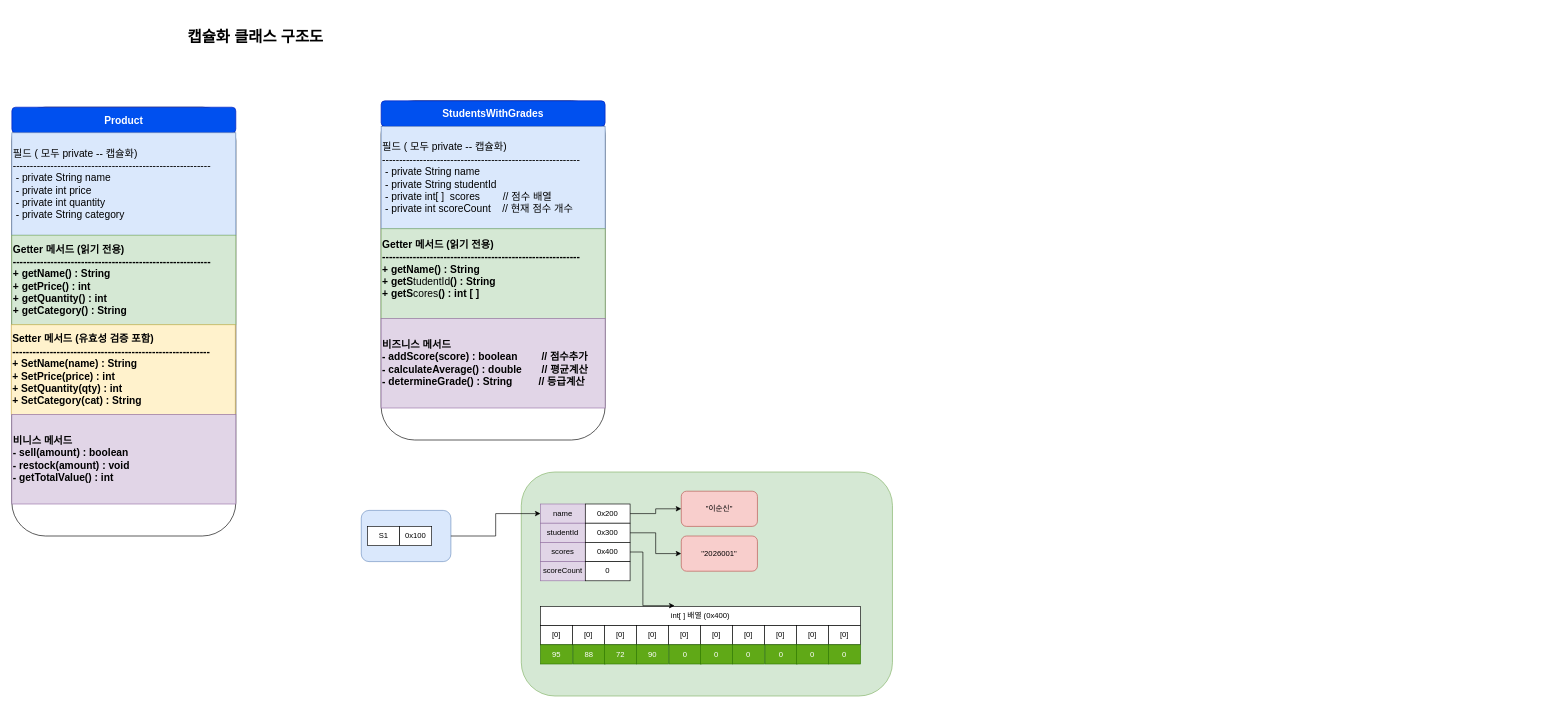
The draw.io diagram Phase2_Java/01_Java_기본문법/캡슐화 클래스.drawio in jfbootcamp/jf-job-prep-bootcamp, before the edit. Source tidied: cells renumbered, new cells numbered last; positions are measured from the earlier drawing's top-left corner, leaving out a move shared by most shapes. Both pictures are drawn from the tidied source at 64%, with x=0, y=0 at pixel (11, 11).
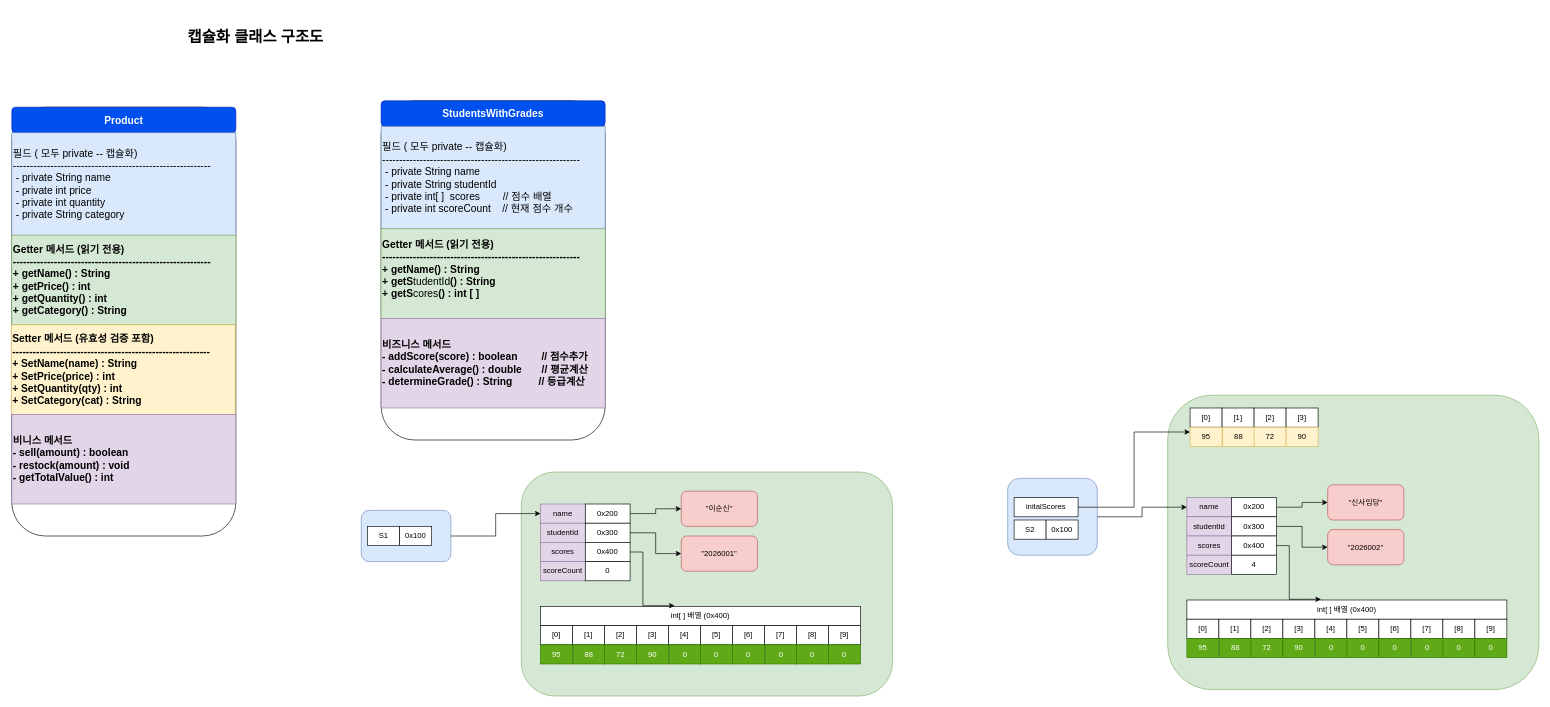
The same page after the edit.

Diff of the diagram source:
```diff
@@
-    <mxCell id="32" value="[0]" style="rounded=0;whiteSpace=wrap;html=1;" parent="1" vertex="1">
+    <mxCell id="32" value="[1]" style="rounded=0;whiteSpace=wrap;html=1;" parent="1" vertex="1">
       <mxGeometry x="877" y="960" width="50" height="30" as="geometry" />
     </mxCell>
-    <mxCell id="33" value="[0]" style="rounded=0;whiteSpace=wrap;html=1;" parent="1" vertex="1">
+    <mxCell id="33" value="[2]" style="rounded=0;whiteSpace=wrap;html=1;" parent="1" vertex="1">
       <mxGeometry x="927" y="960" width="50" height="30" as="geometry" />
     </mxCell>
-    <mxCell id="34" value="[0]" style="rounded=0;whiteSpace=wrap;html=1;" parent="1" vertex="1">
+    <mxCell id="34" value="[3]" style="rounded=0;whiteSpace=wrap;html=1;" parent="1" vertex="1">
       <mxGeometry x="977" y="960" width="50" height="30" as="geometry" />
     </mxCell>
-    <mxCell id="35" value="[0]" style="rounded=0;whiteSpace=wrap;html=1;" parent="1" vertex="1">
+    <mxCell id="35" value="[4]" style="rounded=0;whiteSpace=wrap;html=1;" parent="1" vertex="1">
       <mxGeometry x="1027" y="960" width="50" height="30" as="geometry" />
     </mxCell>
-    <mxCell id="36" value="[0]" style="rounded=0;whiteSpace=wrap;html=1;" parent="1" vertex="1">
+    <mxCell id="36" value="[5]" style="rounded=0;whiteSpace=wrap;html=1;" parent="1" vertex="1">
       <mxGeometry x="1077" y="960" width="50" height="30" as="geometry" />
     </mxCell>
-    <mxCell id="37" value="[0]" style="rounded=0;whiteSpace=wrap;html=1;" parent="1" vertex="1">
+    <mxCell id="37" value="[6]" style="rounded=0;whiteSpace=wrap;html=1;" parent="1" vertex="1">
       <mxGeometry x="1127" y="960" width="50" height="30" as="geometry" />
     </mxCell>
-    <mxCell id="38" value="[0]" style="rounded=0;whiteSpace=wrap;html=1;" parent="1" vertex="1">
+    <mxCell id="38" value="[7]" style="rounded=0;whiteSpace=wrap;html=1;" parent="1" vertex="1">
       <mxGeometry x="1177" y="960" width="50" height="30" as="geometry" />
     </mxCell>
-    <mxCell id="39" value="[0]" style="rounded=0;whiteSpace=wrap;html=1;" parent="1" vertex="1">
+    <mxCell id="39" value="[8]" style="rounded=0;whiteSpace=wrap;html=1;" parent="1" vertex="1">
       <mxGeometry x="1227" y="960" width="50" height="30" as="geometry" />
     </mxCell>
-    <mxCell id="40" value="[0]" style="rounded=0;whiteSpace=wrap;html=1;" parent="1" vertex="1">
+    <mxCell id="40" value="[9]" style="rounded=0;whiteSpace=wrap;html=1;" parent="1" vertex="1">
       <mxGeometry x="1277" y="960" width="50" height="30" as="geometry" />
     </mxCell>
@@
+    <mxCell id="53" style="rounded=1;whiteSpace=wrap;html=1;fillColor=#dae8fc;strokeColor=#6c8ebf;" parent="1" vertex="1">
+      <mxGeometry x="1557" y="730" width="140" height="120" as="geometry" />
+    </mxCell>
+    <mxCell id="54" value="S2" style="rounded=0;whiteSpace=wrap;html=1;" parent="1" vertex="1">
+      <mxGeometry x="1567" y="795" width="50" height="30" as="geometry" />
+    </mxCell>
+    <mxCell id="55" value="0x100" style="rounded=0;whiteSpace=wrap;html=1;" parent="1" vertex="1">
+      <mxGeometry x="1617" y="795" width="50" height="30" as="geometry" />
+    </mxCell>
+    <mxCell id="56" style="rounded=1;whiteSpace=wrap;html=1;fillColor=#d5e8d4;strokeColor=#82b366;" parent="1" vertex="1">
+      <mxGeometry x="1807" y="600" width="580" height="460" as="geometry" />
+    </mxCell>
+    <mxCell id="57" value="name" style="rounded=0;whiteSpace=wrap;html=1;fillColor=#e1d5e7;strokeColor=#9673a6;" parent="1" vertex="1">
+      <mxGeometry x="1837" y="760" width="70" height="30" as="geometry" />
+    </mxCell>
+    <mxCell id="58" style="edgeStyle=orthogonalEdgeStyle;rounded=0;jettySize=auto;html=1;" parent="1" edge="1" source="59" target="60">
+      <mxGeometry relative="1" as="geometry" />
+    </mxCell>
+    <mxCell id="59" value="0x200" style="rounded=0;whiteSpace=wrap;html=1;" parent="1" vertex="1">
+      <mxGeometry x="1907" y="760" width="70" height="30" as="geometry" />
+    </mxCell>
+    <mxCell id="60" value="&quot;신사임당&quot;" style="rounded=1;whiteSpace=wrap;html=1;fillColor=#f8cecc;strokeColor=#b85450;" parent="1" vertex="1">
+      <mxGeometry x="2057" y="740" width="119" height="55" as="geometry" />
+    </mxCell>
+    <mxCell id="61" style="edgeStyle=orthogonalEdgeStyle;rounded=0;jettySize=auto;html=1;" parent="1" edge="1" source="53" target="57">
+      <mxGeometry relative="1" as="geometry" />
+    </mxCell>
+    <mxCell id="62" value="studentId" style="rounded=0;whiteSpace=wrap;html=1;fillColor=#e1d5e7;strokeColor=#9673a6;" parent="1" vertex="1">
+      <mxGeometry x="1837" y="790" width="70" height="30" as="geometry" />
+    </mxCell>
+    <mxCell id="63" style="edgeStyle=orthogonalEdgeStyle;rounded=0;jettySize=auto;html=1;entryX=0;entryY=0.5;entryDx=0;entryDy=0;" parent="1" edge="1" source="64" target="65">
+      <mxGeometry relative="1" as="geometry" />
+    </mxCell>
+    <mxCell id="64" value="0x300" style="rounded=0;whiteSpace=wrap;html=1;" parent="1" vertex="1">
+      <mxGeometry x="1907" y="790" width="70" height="30" as="geometry" />
+    </mxCell>
+    <mxCell id="65" value="&quot;2026002&quot;" style="rounded=1;whiteSpace=wrap;html=1;fillColor=#f8cecc;strokeColor=#b85450;" parent="1" vertex="1">
+      <mxGeometry x="2057" y="810" width="119" height="55" as="geometry" />
+    </mxCell>
+    <mxCell id="66" value="scores" style="rounded=0;whiteSpace=wrap;html=1;fillColor=#e1d5e7;strokeColor=#9673a6;" parent="1" vertex="1">
+      <mxGeometry x="1837" y="820" width="70" height="30" as="geometry" />
+    </mxCell>
+    <mxCell id="67" value="0x400" style="rounded=0;whiteSpace=wrap;html=1;" parent="1" vertex="1">
+      <mxGeometry x="1907" y="820" width="70" height="30" as="geometry" />
+    </mxCell>
+    <mxCell id="68" value="int[ ] 배열 (0x400)" style="rounded=0;whiteSpace=wrap;html=1;" parent="1" vertex="1">
+      <mxGeometry x="1837" y="920" width="500" height="30" as="geometry" />
+    </mxCell>
+    <mxCell id="69" style="edgeStyle=orthogonalEdgeStyle;rounded=0;jettySize=auto;html=1;exitX=1;exitY=0.5;exitDx=0;exitDy=0;entryX=0.419;entryY=-0.038;entryDx=0;entryDy=0;entryPerimeter=0;" parent="1" edge="1" source="67" target="68">
+      <mxGeometry relative="1" as="geometry">
+        <Array as="points">
+          <mxPoint x="1997" y="835" />
+          <mxPoint x="1997" y="919" />
+        </Array>
+      </mxGeometry>
+    </mxCell>
+    <mxCell id="70" value="[0]" style="rounded=0;whiteSpace=wrap;html=1;" parent="1" vertex="1">
+      <mxGeometry x="1837" y="950" width="50" height="30" as="geometry" />
+    </mxCell>
+    <mxCell id="71" value="[1]" style="rounded=0;whiteSpace=wrap;html=1;" parent="1" vertex="1">
+      <mxGeometry x="1887" y="950" width="50" height="30" as="geometry" />
+    </mxCell>
+    <mxCell id="72" value="[2]" style="rounded=0;whiteSpace=wrap;html=1;" parent="1" vertex="1">
+      <mxGeometry x="1937" y="950" width="50" height="30" as="geometry" />
+    </mxCell>
+    <mxCell id="73" value="[3]" style="rounded=0;whiteSpace=wrap;html=1;" parent="1" vertex="1">
+      <mxGeometry x="1987" y="950" width="50" height="30" as="geometry" />
+    </mxCell>
+    <mxCell id="74" value="[4]" style="rounded=0;whiteSpace=wrap;html=1;" parent="1" vertex="1">
+      <mxGeometry x="2037" y="950" width="50" height="30" as="geometry" />
+    </mxCell>
+    <mxCell id="75" value="[5]" style="rounded=0;whiteSpace=wrap;html=1;" parent="1" vertex="1">
+      <mxGeometry x="2087" y="950" width="50" height="30" as="geometry" />
+    </mxCell>
+    <mxCell id="76" value="[6]" style="rounded=0;whiteSpace=wrap;html=1;" parent="1" vertex="1">
+      <mxGeometry x="2137" y="950" width="50" height="30" as="geometry" />
+    </mxCell>
+    <mxCell id="77" value="[7]" style="rounded=0;whiteSpace=wrap;html=1;" parent="1" vertex="1">
+      <mxGeometry x="2187" y="950" width="50" height="30" as="geometry" />
+    </mxCell>
+    <mxCell id="78" value="[8]" style="rounded=0;whiteSpace=wrap;html=1;" parent="1" vertex="1">
+      <mxGeometry x="2237" y="950" width="50" height="30" as="geometry" />
+    </mxCell>
+    <mxCell id="79" value="[9]" style="rounded=0;whiteSpace=wrap;html=1;" parent="1" vertex="1">
+      <mxGeometry x="2287" y="950" width="50" height="30" as="geometry" />
+    </mxCell>
+    <mxCell id="80" value="95" style="rounded=0;whiteSpace=wrap;html=1;fillColor=#60a917;strokeColor=#2D7600;fontColor=#ffffff;" parent="1" vertex="1">
+      <mxGeometry x="1837" y="980" width="50" height="30" as="geometry" />
+    </mxCell>
+    <mxCell id="81" value="88" style="rounded=0;whiteSpace=wrap;html=1;fillColor=#60a917;strokeColor=#2D7600;fontColor=#ffffff;" parent="1" vertex="1">
+      <mxGeometry x="1888" y="980" width="50" height="30" as="geometry" />
+    </mxCell>
+    <mxCell id="82" value="72" style="rounded=0;whiteSpace=wrap;html=1;fillColor=#60a917;strokeColor=#2D7600;fontColor=#ffffff;" parent="1" vertex="1">
+      <mxGeometry x="1937" y="980" width="50" height="30" as="geometry" />
+    </mxCell>
+    <mxCell id="83" value="90" style="rounded=0;whiteSpace=wrap;html=1;fillColor=#60a917;strokeColor=#2D7600;fontColor=#ffffff;" parent="1" vertex="1">
+      <mxGeometry x="1987" y="980" width="50" height="30" as="geometry" />
+    </mxCell>
+    <mxCell id="84" value="0" style="rounded=0;whiteSpace=wrap;html=1;fillColor=#60a917;strokeColor=#2D7600;fontColor=#ffffff;" parent="1" vertex="1">
+      <mxGeometry x="2038" y="980" width="50" height="30" as="geometry" />
+    </mxCell>
+    <mxCell id="85" value="0" style="rounded=0;whiteSpace=wrap;html=1;fillColor=#60a917;strokeColor=#2D7600;fontColor=#ffffff;" parent="1" vertex="1">
+      <mxGeometry x="2087" y="980" width="50" height="30" as="geometry" />
+    </mxCell>
+    <mxCell id="86" value="0" style="rounded=0;whiteSpace=wrap;html=1;fillColor=#60a917;strokeColor=#2D7600;fontColor=#ffffff;" parent="1" vertex="1">
+      <mxGeometry x="2137" y="980" width="50" height="30" as="geometry" />
+    </mxCell>
+    <mxCell id="87" value="0" style="rounded=0;whiteSpace=wrap;html=1;fillColor=#60a917;strokeColor=#2D7600;fontColor=#ffffff;" parent="1" vertex="1">
+      <mxGeometry x="2188" y="980" width="50" height="30" as="geometry" />
+    </mxCell>
+    <mxCell id="88" value="0" style="rounded=0;whiteSpace=wrap;html=1;fillColor=#60a917;strokeColor=#2D7600;fontColor=#ffffff;" parent="1" vertex="1">
+      <mxGeometry x="2237" y="980" width="50" height="30" as="geometry" />
+    </mxCell>
+    <mxCell id="89" value="0" style="rounded=0;whiteSpace=wrap;html=1;fillColor=#60a917;strokeColor=#2D7600;fontColor=#ffffff;" parent="1" vertex="1">
+      <mxGeometry x="2287" y="980" width="50" height="30" as="geometry" />
+    </mxCell>
+    <mxCell id="90" value="scoreCount" style="rounded=0;whiteSpace=wrap;html=1;fillColor=#e1d5e7;strokeColor=#9673a6;" parent="1" vertex="1">
+      <mxGeometry x="1837" y="850" width="70" height="30" as="geometry" />
+    </mxCell>
+    <mxCell id="91" value="4" style="rounded=0;whiteSpace=wrap;html=1;" parent="1" vertex="1">
+      <mxGeometry x="1907" y="850" width="70" height="30" as="geometry" />
+    </mxCell>
+    <mxCell id="92" style="edgeStyle=orthogonalEdgeStyle;rounded=0;jettySize=auto;html=1;entryX=0;entryY=0.25;entryDx=0;entryDy=0;" parent="1" edge="1" source="93" target="98">
+      <mxGeometry relative="1" as="geometry" />
+    </mxCell>
+    <mxCell id="93" value="initalScores" style="rounded=0;whiteSpace=wrap;html=1;" parent="1" vertex="1">
+      <mxGeometry x="1567" y="760" width="100" height="30" as="geometry" />
+    </mxCell>
+    <mxCell id="94" value="[0]" style="rounded=0;whiteSpace=wrap;html=1;" parent="1" vertex="1">
+      <mxGeometry x="1842" y="620" width="50" height="30" as="geometry" />
+    </mxCell>
+    <mxCell id="95" value="[1]" style="rounded=0;whiteSpace=wrap;html=1;" parent="1" vertex="1">
+      <mxGeometry x="1892" y="620" width="50" height="30" as="geometry" />
+    </mxCell>
+    <mxCell id="96" value="[2]" style="rounded=0;whiteSpace=wrap;html=1;" parent="1" vertex="1">
+      <mxGeometry x="1942" y="620" width="50" height="30" as="geometry" />
+    </mxCell>
+    <mxCell id="97" value="[3]" style="rounded=0;whiteSpace=wrap;html=1;" parent="1" vertex="1">
+      <mxGeometry x="1992" y="620" width="50" height="30" as="geometry" />
+    </mxCell>
+    <mxCell id="98" value="95" style="rounded=0;whiteSpace=wrap;html=1;fillColor=#fff2cc;strokeColor=#d6b656;" parent="1" vertex="1">
+      <mxGeometry x="1842" y="650" width="50" height="30" as="geometry" />
+    </mxCell>
+    <mxCell id="99" value="88" style="rounded=0;whiteSpace=wrap;html=1;fillColor=#fff2cc;strokeColor=#d6b656;" parent="1" vertex="1">
+      <mxGeometry x="1893" y="650" width="50" height="30" as="geometry" />
+    </mxCell>
+    <mxCell id="100" value="72" style="rounded=0;whiteSpace=wrap;html=1;fillColor=#fff2cc;strokeColor=#d6b656;" parent="1" vertex="1">
+      <mxGeometry x="1942" y="650" width="50" height="30" as="geometry" />
+    </mxCell>
+    <mxCell id="101" value="90" style="rounded=0;whiteSpace=wrap;html=1;fillColor=#fff2cc;strokeColor=#d6b656;" parent="1" vertex="1">
+      <mxGeometry x="1992" y="650" width="50" height="30" as="geometry" />
+    </mxCell>
```
